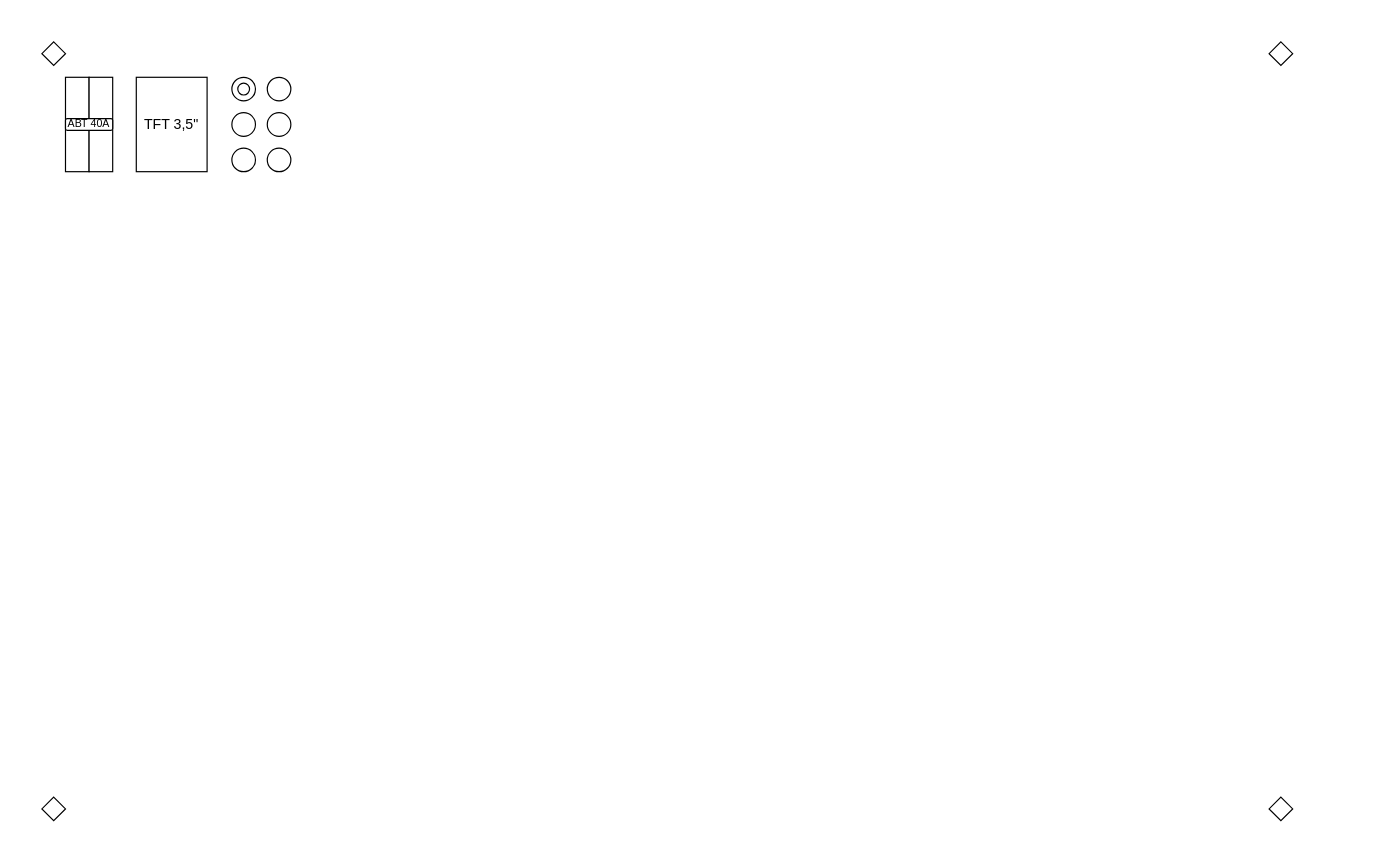
Before: kopv5mk_placemen_scheme.drawio in jekavovikovich/jekavovikovich, a draw.io diagram. Source tidied: cells renumbered, new cells numbered last; positions are measured from the earlier drawing's top-left corner, leaving out a move shared by most shapes. Both pictures are drawn from the tidied source at 118%, with x=0, y=0 at pixel (41, 41).
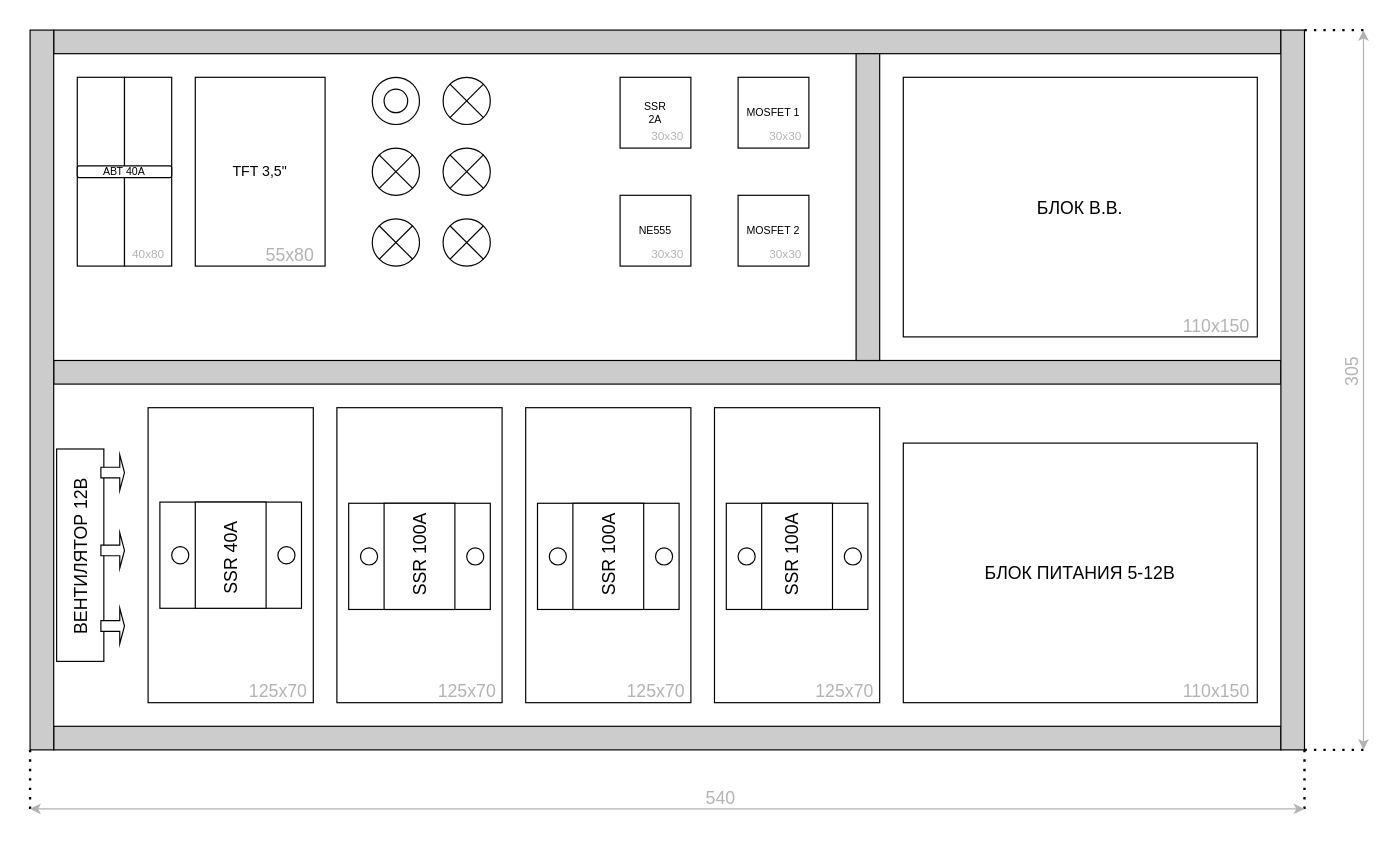
The same page after the edit.

The edit, as a diff of the source:
```diff
@@
-    <mxCell id="2" style="rhombus;whiteSpace=wrap;html=1;" parent="1" vertex="1">
-      <mxGeometry width="20" height="20" as="geometry" />
-    </mxCell>
-    <mxCell id="3" style="rhombus;whiteSpace=wrap;html=1;" parent="1" vertex="1">
-      <mxGeometry x="1040" width="20" height="20" as="geometry" />
-    </mxCell>
-    <mxCell id="4" style="rhombus;whiteSpace=wrap;html=1;" parent="1" vertex="1">
-      <mxGeometry x="1040" y="640" width="20" height="20" as="geometry" />
-    </mxCell>
-    <mxCell id="5" style="rhombus;whiteSpace=wrap;html=1;" parent="1" vertex="1">
-      <mxGeometry y="640" width="20" height="20" as="geometry" />
-    </mxCell>
     <mxCell id="6" style="rounded=0;whiteSpace=wrap;html=1;" parent="1" vertex="1">
-      <mxGeometry x="20" y="30" width="20" height="80" as="geometry" />
+      <mxGeometry x="30" y="30" width="40" height="160" as="geometry" />
     </mxCell>
-    <mxCell id="7" style="rounded=0;whiteSpace=wrap;html=1;" parent="1" vertex="1">
-      <mxGeometry x="40" y="30" width="20" height="80" as="geometry" />
-    </mxCell>
     <mxCell id="8" value="TFT 3,5&quot;" style="rounded=0;whiteSpace=wrap;html=1;" parent="1" vertex="1">
-      <mxGeometry x="80" y="30" width="60" height="80" as="geometry" />
+      <mxGeometry x="130" y="30" width="110" height="160" as="geometry" />
     </mxCell>
-    <mxCell id="9" style="ellipse;whiteSpace=wrap;html=1;" parent="1" vertex="1">
-      <mxGeometry x="161" y="30" width="20" height="20" as="geometry" />
-    </mxCell>
-    <mxCell id="10" style="ellipse;whiteSpace=wrap;html=1;" parent="1" vertex="1">
-      <mxGeometry x="161" y="60" width="20" height="20" as="geometry" />
-    </mxCell>
-    <mxCell id="11" style="ellipse;whiteSpace=wrap;html=1;" parent="1" vertex="1">
-      <mxGeometry x="161" y="90" width="20" height="20" as="geometry" />
-    </mxCell>
-    <mxCell id="12" style="ellipse;whiteSpace=wrap;html=1;" parent="1" vertex="1">
-      <mxGeometry x="191" y="30" width="20" height="20" as="geometry" />
-    </mxCell>
-    <mxCell id="13" style="ellipse;whiteSpace=wrap;html=1;" parent="1" vertex="1">
-      <mxGeometry x="191" y="60" width="20" height="20" as="geometry" />
-    </mxCell>
-    <mxCell id="14" style="ellipse;whiteSpace=wrap;html=1;" parent="1" vertex="1">
-      <mxGeometry x="191" y="90" width="20" height="20" as="geometry" />
-    </mxCell>
+    <mxCell id="17" value="&lt;div&gt;SSR&lt;/div&gt;&lt;div&gt;2A&lt;br&gt;&lt;/div&gt;" style="whiteSpace=wrap;html=1;fontSize=9;" parent="1" vertex="1">
+      <mxGeometry x="490" y="30" width="60" height="60" as="geometry" />
+    </mxCell>
+    <mxCell id="18" value="&lt;div&gt;NE555&lt;/div&gt;" style="whiteSpace=wrap;html=1;fontSize=9;" parent="1" vertex="1">
+      <mxGeometry x="490" y="130" width="60" height="60" as="geometry" />
+    </mxCell>
+    <mxCell id="19" value="&lt;div&gt;БЛОК В.В.&lt;br&gt;&lt;/div&gt;" style="rounded=0;whiteSpace=wrap;html=1;fontSize=15;" parent="1" vertex="1">
+      <mxGeometry x="730" y="30" width="300" height="220" as="geometry" />
+    </mxCell>
+    <mxCell id="20" style="rounded=0;whiteSpace=wrap;html=1;" parent="1" vertex="1">
+      <mxGeometry x="70" y="30" width="40" height="160" as="geometry" />
+    </mxCell>
     <mxCell id="15" value="АВТ 40А" style="rounded=1;whiteSpace=wrap;html=1;fontSize=9;" parent="1" vertex="1">
-      <mxGeometry x="20" y="65" width="40" height="10" as="geometry" />
+      <mxGeometry x="30" y="105" width="80" height="10" as="geometry" />
     </mxCell>
-    <mxCell id="16" style="ellipse;whiteSpace=wrap;html=1;fontSize=9;" parent="1" vertex="1">
-      <mxGeometry x="166" y="35" width="10" height="10" as="geometry" />
-    </mxCell>
+    <mxCell id="21" style="ellipse;whiteSpace=wrap;html=1;fontSize=9;" parent="1" vertex="1">
+      <mxGeometry x="280" y="30" width="40" height="40" as="geometry" />
+    </mxCell>
+    <mxCell id="22" style="ellipse;whiteSpace=wrap;html=1;fontSize=9;" parent="1" vertex="1">
+      <mxGeometry x="290" y="40" width="20" height="20" as="geometry" />
+    </mxCell>
+    <mxCell id="23" style="shape=sumEllipse;perimeter=ellipsePerimeter;whiteSpace=wrap;html=1;backgroundOutline=1;fontSize=9;" parent="1" vertex="1">
+      <mxGeometry x="340" y="30" width="40" height="40" as="geometry" />
+    </mxCell>
+    <mxCell id="24" style="shape=sumEllipse;perimeter=ellipsePerimeter;whiteSpace=wrap;html=1;backgroundOutline=1;fontSize=9;" parent="1" vertex="1">
+      <mxGeometry x="280" y="150" width="40" height="40" as="geometry" />
+    </mxCell>
+    <mxCell id="25" style="shape=sumEllipse;perimeter=ellipsePerimeter;whiteSpace=wrap;html=1;backgroundOutline=1;fontSize=9;" parent="1" vertex="1">
+      <mxGeometry x="340" y="150" width="40" height="40" as="geometry" />
+    </mxCell>
+    <mxCell id="26" style="shape=sumEllipse;perimeter=ellipsePerimeter;whiteSpace=wrap;html=1;backgroundOutline=1;fontSize=9;" parent="1" vertex="1">
+      <mxGeometry x="280" y="90" width="40" height="40" as="geometry" />
+    </mxCell>
+    <mxCell id="27" style="shape=sumEllipse;perimeter=ellipsePerimeter;whiteSpace=wrap;html=1;backgroundOutline=1;fontSize=9;" parent="1" vertex="1">
+      <mxGeometry x="340" y="90" width="40" height="40" as="geometry" />
+    </mxCell>
+    <mxCell id="28" value="MOSFET 1" style="whiteSpace=wrap;html=1;fontSize=9;" parent="1" vertex="1">
+      <mxGeometry x="590" y="30" width="60" height="60" as="geometry" />
+    </mxCell>
+    <mxCell id="29" value="MOSFET 2" style="whiteSpace=wrap;html=1;fontSize=9;" parent="1" vertex="1">
+      <mxGeometry x="590" y="130" width="60" height="60" as="geometry" />
+    </mxCell>
+    <mxCell id="30" style="rounded=0;whiteSpace=wrap;html=1;fontSize=15;" parent="1" vertex="1">
+      <mxGeometry x="90" y="310" width="140" height="250" as="geometry" />
+    </mxCell>
+    <mxCell id="31" style="rounded=0;whiteSpace=wrap;html=1;fontSize=15;" parent="1" vertex="1">
+      <mxGeometry x="12.5" y="345" width="40" height="180" as="geometry" />
+    </mxCell>
+    <mxCell id="32" style="rounded=0;whiteSpace=wrap;html=1;fontSize=15;" parent="1" vertex="1">
+      <mxGeometry x="250" y="310" width="140" height="250" as="geometry" />
+    </mxCell>
+    <mxCell id="33" style="rounded=0;whiteSpace=wrap;html=1;fontSize=15;" parent="1" vertex="1">
+      <mxGeometry x="410" y="310" width="140" height="250" as="geometry" />
+    </mxCell>
+    <mxCell id="34" style="rounded=0;whiteSpace=wrap;html=1;fontSize=15;" parent="1" vertex="1">
+      <mxGeometry x="570" y="310" width="140" height="250" as="geometry" />
+    </mxCell>
+    <mxCell id="35" value="&lt;div&gt;БЛОК ПИТАНИЯ 5-12В&lt;/div&gt;" style="rounded=0;whiteSpace=wrap;html=1;fontSize=15;" parent="1" vertex="1">
+      <mxGeometry x="730" y="340" width="300" height="220" as="geometry" />
+    </mxCell>
+    <mxCell id="36" style="rounded=0;whiteSpace=wrap;html=1;fontSize=15;labelBackgroundColor=none;fillColor=#CCCCCC;" parent="1" vertex="1">
+      <mxGeometry x="10" y="270" width="1040" height="20" as="geometry" />
+    </mxCell>
+    <mxCell id="37" style="rounded=0;whiteSpace=wrap;html=1;fontSize=15;labelBackgroundColor=none;fillColor=#CCCCCC;" parent="1" vertex="1">
+      <mxGeometry x="10" y="580" width="1040" height="20" as="geometry" />
+    </mxCell>
+    <mxCell id="38" style="rounded=0;whiteSpace=wrap;html=1;fontSize=15;labelBackgroundColor=none;fillColor=#CCCCCC;" parent="1" vertex="1">
+      <mxGeometry x="10" y="-10" width="1040" height="20" as="geometry" />
+    </mxCell>
+    <mxCell id="39" style="rounded=0;whiteSpace=wrap;html=1;fontSize=15;labelBackgroundColor=none;fillColor=#CCCCCC;" parent="1" vertex="1">
+      <mxGeometry x="1050" y="-10" width="20" height="610" as="geometry" />
+    </mxCell>
+    <mxCell id="40" style="rounded=0;whiteSpace=wrap;html=1;fontSize=15;labelBackgroundColor=none;fillColor=#CCCCCC;" parent="1" vertex="1">
+      <mxGeometry x="-10" y="-10" width="20" height="610" as="geometry" />
+    </mxCell>
+    <mxCell id="41" style="shape=singleArrow;whiteSpace=wrap;html=1;labelBackgroundColor=none;fontSize=15;fillColor=#FFFFFF;" parent="1" vertex="1">
+      <mxGeometry x="50" y="350" width="20" height="30" as="geometry" />
+    </mxCell>
+    <mxCell id="42" style="shape=singleArrow;whiteSpace=wrap;html=1;labelBackgroundColor=none;fontSize=15;fillColor=#FFFFFF;" parent="1" vertex="1">
+      <mxGeometry x="50" y="480" width="20" height="30" as="geometry" />
+    </mxCell>
+    <mxCell id="43" style="shape=singleArrow;whiteSpace=wrap;html=1;labelBackgroundColor=none;fontSize=15;fillColor=#FFFFFF;" parent="1" vertex="1">
+      <mxGeometry x="50" y="416" width="20" height="30" as="geometry" />
+    </mxCell>
+    <mxCell id="44" value="ВЕНТИЛЯТОР 12В" style="text;html=1;strokeColor=none;fillColor=none;align=center;verticalAlign=middle;whiteSpace=wrap;rounded=0;labelBackgroundColor=none;fontSize=15;rotation=270;" parent="1" vertex="1">
+      <mxGeometry x="-45" y="426" width="155" height="20" as="geometry" />
+    </mxCell>
+    <mxCell id="45" style="rounded=0;whiteSpace=wrap;html=1;labelBackgroundColor=none;fontSize=15;fillColor=#FFFFFF;" parent="1" vertex="1">
+      <mxGeometry x="100" y="390" width="120" height="90" as="geometry" />
+    </mxCell>
+    <mxCell id="46" style="rounded=0;whiteSpace=wrap;html=1;labelBackgroundColor=none;fontSize=15;fillColor=#FFFFFF;" parent="1" vertex="1">
+      <mxGeometry x="130" y="390" width="60" height="90" as="geometry" />
+    </mxCell>
+    <mxCell id="47" style="ellipse;whiteSpace=wrap;html=1;labelBackgroundColor=none;fontSize=15;fillColor=#FFFFFF;" parent="1" vertex="1">
+      <mxGeometry x="110" y="427.8" width="14.5" height="14.5" as="geometry" />
+    </mxCell>
+    <mxCell id="48" style="ellipse;whiteSpace=wrap;html=1;labelBackgroundColor=none;fontSize=15;fillColor=#FFFFFF;" parent="1" vertex="1">
+      <mxGeometry x="200" y="427.8" width="14.5" height="14.5" as="geometry" />
+    </mxCell>
+    <mxCell id="49" style="rounded=0;whiteSpace=wrap;html=1;labelBackgroundColor=none;fontSize=15;fillColor=#FFFFFF;" parent="1" vertex="1">
+      <mxGeometry x="260" y="391" width="120" height="90" as="geometry" />
+    </mxCell>
+    <mxCell id="50" style="rounded=0;whiteSpace=wrap;html=1;labelBackgroundColor=none;fontSize=15;fillColor=#FFFFFF;" parent="1" vertex="1">
+      <mxGeometry x="290" y="391" width="60" height="90" as="geometry" />
+    </mxCell>
+    <mxCell id="51" style="ellipse;whiteSpace=wrap;html=1;labelBackgroundColor=none;fontSize=15;fillColor=#FFFFFF;" parent="1" vertex="1">
+      <mxGeometry x="270" y="428.8" width="14.5" height="14.5" as="geometry" />
+    </mxCell>
+    <mxCell id="52" style="ellipse;whiteSpace=wrap;html=1;labelBackgroundColor=none;fontSize=15;fillColor=#FFFFFF;" parent="1" vertex="1">
+      <mxGeometry x="360" y="428.8" width="14.5" height="14.5" as="geometry" />
+    </mxCell>
+    <mxCell id="53" style="rounded=0;whiteSpace=wrap;html=1;labelBackgroundColor=none;fontSize=15;fillColor=#FFFFFF;" parent="1" vertex="1">
+      <mxGeometry x="420" y="391" width="120" height="90" as="geometry" />
+    </mxCell>
+    <mxCell id="54" style="rounded=0;whiteSpace=wrap;html=1;labelBackgroundColor=none;fontSize=15;fillColor=#FFFFFF;" parent="1" vertex="1">
+      <mxGeometry x="450" y="391" width="60" height="90" as="geometry" />
+    </mxCell>
+    <mxCell id="55" style="ellipse;whiteSpace=wrap;html=1;labelBackgroundColor=none;fontSize=15;fillColor=#FFFFFF;" parent="1" vertex="1">
+      <mxGeometry x="430" y="428.8" width="14.5" height="14.5" as="geometry" />
+    </mxCell>
+    <mxCell id="56" style="ellipse;whiteSpace=wrap;html=1;labelBackgroundColor=none;fontSize=15;fillColor=#FFFFFF;" parent="1" vertex="1">
+      <mxGeometry x="520" y="428.8" width="14.5" height="14.5" as="geometry" />
+    </mxCell>
+    <mxCell id="57" style="rounded=0;whiteSpace=wrap;html=1;labelBackgroundColor=none;fontSize=15;fillColor=#FFFFFF;" parent="1" vertex="1">
+      <mxGeometry x="580" y="391" width="120" height="90" as="geometry" />
+    </mxCell>
+    <mxCell id="58" style="rounded=0;whiteSpace=wrap;html=1;labelBackgroundColor=none;fontSize=15;fillColor=#FFFFFF;" parent="1" vertex="1">
+      <mxGeometry x="610" y="391" width="60" height="90" as="geometry" />
+    </mxCell>
+    <mxCell id="59" style="ellipse;whiteSpace=wrap;html=1;labelBackgroundColor=none;fontSize=15;fillColor=#FFFFFF;" parent="1" vertex="1">
+      <mxGeometry x="590" y="428.8" width="14.5" height="14.5" as="geometry" />
+    </mxCell>
+    <mxCell id="60" style="ellipse;whiteSpace=wrap;html=1;labelBackgroundColor=none;fontSize=15;fillColor=#FFFFFF;" parent="1" vertex="1">
+      <mxGeometry x="680" y="428.8" width="14.5" height="14.5" as="geometry" />
+    </mxCell>
+    <mxCell id="61" value="&lt;div&gt;SSR 40A&lt;/div&gt;" style="text;html=1;align=center;verticalAlign=middle;strokeColor=none;fontSize=15;rotation=270;" parent="1" vertex="1">
+      <mxGeometry x="120" y="427.8" width="80" height="20" as="geometry" />
+    </mxCell>
+    <mxCell id="62" value="&lt;div&gt;SSR 100A&lt;/div&gt;" style="text;html=1;align=center;verticalAlign=middle;strokeColor=none;fontSize=15;rotation=270;" parent="1" vertex="1">
+      <mxGeometry x="590" y="425" width="90" height="20" as="geometry" />
+    </mxCell>
+    <mxCell id="63" value="&lt;div&gt;SSR 100A&lt;/div&gt;" style="text;html=1;align=center;verticalAlign=middle;strokeColor=none;fontSize=15;rotation=270;" parent="1" vertex="1">
+      <mxGeometry x="275" y="425" width="90" height="20" as="geometry" />
+    </mxCell>
+    <mxCell id="64" value="&lt;div&gt;SSR 100A&lt;/div&gt;" style="text;html=1;align=center;verticalAlign=middle;strokeColor=none;fontSize=15;rotation=270;" parent="1" vertex="1">
+      <mxGeometry x="435" y="425" width="90" height="20" as="geometry" />
+    </mxCell>
+    <mxCell id="65" style="endArrow=none;dashed=1;html=1;dashPattern=1 3;strokeWidth=2;fontSize=15;entryX=0;entryY=1;entryDx=0;entryDy=0;" parent="1" edge="1" target="40">
+      <mxGeometry relative="1" as="geometry">
+        <mxPoint x="-10" y="650" as="sourcePoint" />
+      </mxGeometry>
+    </mxCell>
+    <mxCell id="66" style="endArrow=none;dashed=1;html=1;dashPattern=1 3;strokeWidth=2;fontSize=15;entryX=0;entryY=1;entryDx=0;entryDy=0;" parent="1" edge="1">
+      <mxGeometry relative="1" as="geometry">
+        <mxPoint x="1070" y="650" as="sourcePoint" />
+        <mxPoint x="1070" y="600" as="targetPoint" />
+      </mxGeometry>
+    </mxCell>
+    <mxCell id="67" style="endArrow=none;dashed=1;html=1;dashPattern=1 3;strokeWidth=2;fontSize=15;exitX=1;exitY=1;exitDx=0;exitDy=0;" parent="1" edge="1" source="39">
+      <mxGeometry relative="1" as="geometry">
+        <mxPoint x="1120" y="600" as="targetPoint" />
+      </mxGeometry>
+    </mxCell>
+    <mxCell id="68" style="endArrow=none;dashed=1;html=1;dashPattern=1 3;strokeWidth=2;fontSize=15;exitX=1;exitY=1;exitDx=0;exitDy=0;" parent="1" edge="1">
+      <mxGeometry relative="1" as="geometry">
+        <mxPoint x="1070" y="-10" as="sourcePoint" />
+        <mxPoint x="1120" y="-10" as="targetPoint" />
+      </mxGeometry>
+    </mxCell>
+    <mxCell id="69" value="540" style="text;html=1;align=center;verticalAlign=middle;strokeColor=none;fontSize=15;fontColor=#B3B3B3;" parent="1" vertex="1">
+      <mxGeometry x="555" y="630" width="40" height="20" as="geometry" />
+    </mxCell>
+    <mxCell id="70" value="305" style="text;html=1;align=center;verticalAlign=middle;strokeColor=none;fontSize=15;rotation=270;fontColor=#B3B3B3;" parent="1" vertex="1">
+      <mxGeometry x="1090" y="270" width="40" height="20" as="geometry" />
+    </mxCell>
+    <mxCell id="71" value="125x70" style="text;html=1;align=center;verticalAlign=middle;strokeColor=none;fontSize=15;fontColor=#B3B3B3;" parent="1" vertex="1">
+      <mxGeometry x="650" y="540" width="60" height="20" as="geometry" />
+    </mxCell>
+    <mxCell id="72" value="125x70" style="text;html=1;align=center;verticalAlign=middle;strokeColor=none;fontSize=15;fontColor=#B3B3B3;" parent="1" vertex="1">
+      <mxGeometry x="170" y="540" width="60" height="20" as="geometry" />
+    </mxCell>
+    <mxCell id="73" value="125x70" style="text;html=1;align=center;verticalAlign=middle;strokeColor=none;fontSize=15;fontColor=#B3B3B3;" parent="1" vertex="1">
+      <mxGeometry x="330" y="540" width="60" height="20" as="geometry" />
+    </mxCell>
+    <mxCell id="74" value="125x70" style="text;html=1;align=center;verticalAlign=middle;strokeColor=none;fontSize=15;fontColor=#B3B3B3;" parent="1" vertex="1">
+      <mxGeometry x="490" y="540" width="60" height="20" as="geometry" />
+    </mxCell>
+    <mxCell id="75" value="110x150" style="text;html=1;align=center;verticalAlign=middle;strokeColor=none;fontSize=15;fontColor=#B3B3B3;" parent="1" vertex="1">
+      <mxGeometry x="960" y="230" width="70" height="20" as="geometry" />
+    </mxCell>
+    <mxCell id="76" value="110x150" style="text;html=1;align=center;verticalAlign=middle;strokeColor=none;fontSize=15;fontColor=#B3B3B3;" parent="1" vertex="1">
+      <mxGeometry x="960" y="540" width="70" height="20" as="geometry" />
+    </mxCell>
+    <mxCell id="77" style="endArrow=classic;startArrow=classic;html=1;fontSize=15;fillColor=#f5f5f5;strokeColor=#B3B3B3;" parent="1" edge="1">
+      <mxGeometry relative="1" as="geometry">
+        <mxPoint x="-10" y="650" as="sourcePoint" />
+        <mxPoint x="1070" y="650" as="targetPoint" />
+      </mxGeometry>
+    </mxCell>
+    <mxCell id="78" style="endArrow=classic;startArrow=classic;html=1;fontSize=15;fillColor=#f5f5f5;strokeColor=#B3B3B3;" parent="1" edge="1">
+      <mxGeometry relative="1" as="geometry">
+        <mxPoint x="1120" y="-10" as="sourcePoint" />
+        <mxPoint x="1120" y="600" as="targetPoint" />
+      </mxGeometry>
+    </mxCell>
+    <mxCell id="79" value="30x30" style="text;html=1;align=center;verticalAlign=middle;strokeColor=none;fontSize=10;fontColor=#B3B3B3;" parent="1" vertex="1">
+      <mxGeometry x="510" y="170" width="40" height="20" as="geometry" />
+    </mxCell>
+    <mxCell id="80" value="30x30" style="text;html=1;align=center;verticalAlign=middle;strokeColor=none;fontSize=10;fontColor=#B3B3B3;" parent="1" vertex="1">
+      <mxGeometry x="510" y="70" width="40" height="20" as="geometry" />
+    </mxCell>
+    <mxCell id="81" value="30x30" style="text;html=1;align=center;verticalAlign=middle;strokeColor=none;fontSize=10;fontColor=#B3B3B3;" parent="1" vertex="1">
+      <mxGeometry x="610" y="70" width="40" height="20" as="geometry" />
+    </mxCell>
+    <mxCell id="82" value="30x30" style="text;html=1;align=center;verticalAlign=middle;strokeColor=none;fontSize=10;fontColor=#B3B3B3;" parent="1" vertex="1">
+      <mxGeometry x="610" y="170" width="40" height="20" as="geometry" />
+    </mxCell>
+    <mxCell id="83" value="&lt;div style=&quot;font-size: 10px;&quot;&gt;40x80&lt;/div&gt;" style="text;html=1;align=center;verticalAlign=middle;strokeColor=none;fontSize=10;fontColor=#B3B3B3;" parent="1" vertex="1">
+      <mxGeometry x="70" y="170" width="40" height="20" as="geometry" />
+    </mxCell>
+    <mxCell id="84" value="&lt;div&gt;55x80&lt;/div&gt;" style="text;html=1;align=center;verticalAlign=middle;strokeColor=none;fontSize=15;fontColor=#B3B3B3;" parent="1" vertex="1">
+      <mxGeometry x="180" y="170" width="60" height="20" as="geometry" />
+    </mxCell>
+    <mxCell id="85" style="rounded=0;whiteSpace=wrap;html=1;fontSize=15;labelBackgroundColor=none;fillColor=#CCCCCC;" parent="1" vertex="1">
+      <mxGeometry x="690" y="10" width="20" height="260" as="geometry" />
+    </mxCell>
```
